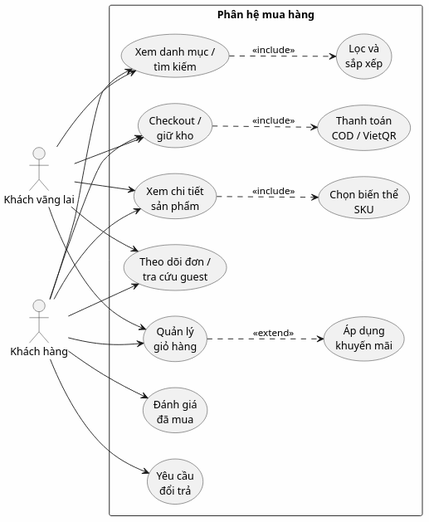
The PlantUML diagram BCDA/Hinhve/chuong2_usecase_mua_hang.png in quangliz/Petshop, before a commit. Its source is kept beside it as BCDA/Hinhve/chuong2_usecase_mua_hang.puml. The source it was exported from:
```plantuml
@startuml
left to right direction
skinparam linetype polyline
actor "Khách vãng lai" as Guest
actor "Khách hàng" as User

usecase "Xem danh mục /\ntìm kiếm" as Search
usecase "Lọc và\nsắp xếp" as Filter
usecase "Xem chi tiết\nsản phẩm" as Detail
usecase "Chọn biến thể\nSKU" as Variant
usecase "Quản lý\ngiỏ hàng" as Cart
usecase "Áp dụng\nkhuyến mãi" as Coupon
usecase "Checkout /\ngiữ kho" as Checkout
usecase "Thanh toán\nCOD / VNPay / VietQR" as Payment
usecase "Theo dõi đơn /\ntra cứu guest" as Tracking
usecase "Yêu cầu\nđổi trả" as Return
usecase "Đánh giá\nđã mua" as Review

Guest --> Search
Guest --> Detail
Guest --> Cart
Guest --> Checkout
Guest --> Tracking

User --> Search
User --> Detail
User --> Cart
User --> Checkout
User --> Tracking
User --> Return
User --> Review

Search ..> Filter : <<include>>
Detail ..> Variant : <<include>>
Cart ..> Coupon : <<extend>>
Checkout ..> Payment : <<include>>
@enduml
```
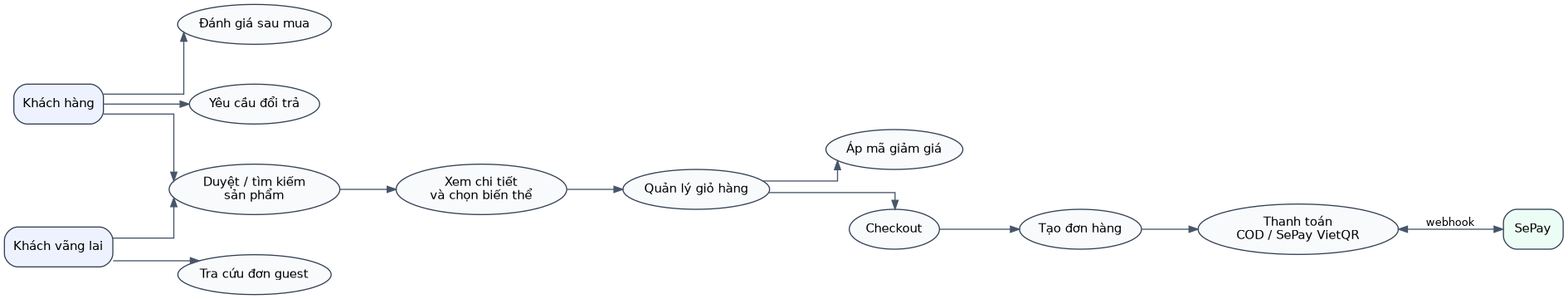
Above is the later version.

The edit, as a diff of the source:
```diff
@@ -11,7 +11,7 @@
 usecase "Quản lý\ngiỏ hàng" as Cart
 usecase "Áp dụng\nkhuyến mãi" as Coupon
 usecase "Checkout /\ngiữ kho" as Checkout
-usecase "Thanh toán\nCOD / VNPay / VietQR" as Payment
+usecase "Thanh toán\nCOD / SePay VietQR" as Payment
 usecase "Theo dõi đơn /\ntra cứu guest" as Tracking
 usecase "Yêu cầu\nđổi trả" as Return
 usecase "Đánh giá\nđã mua" as Review
```
